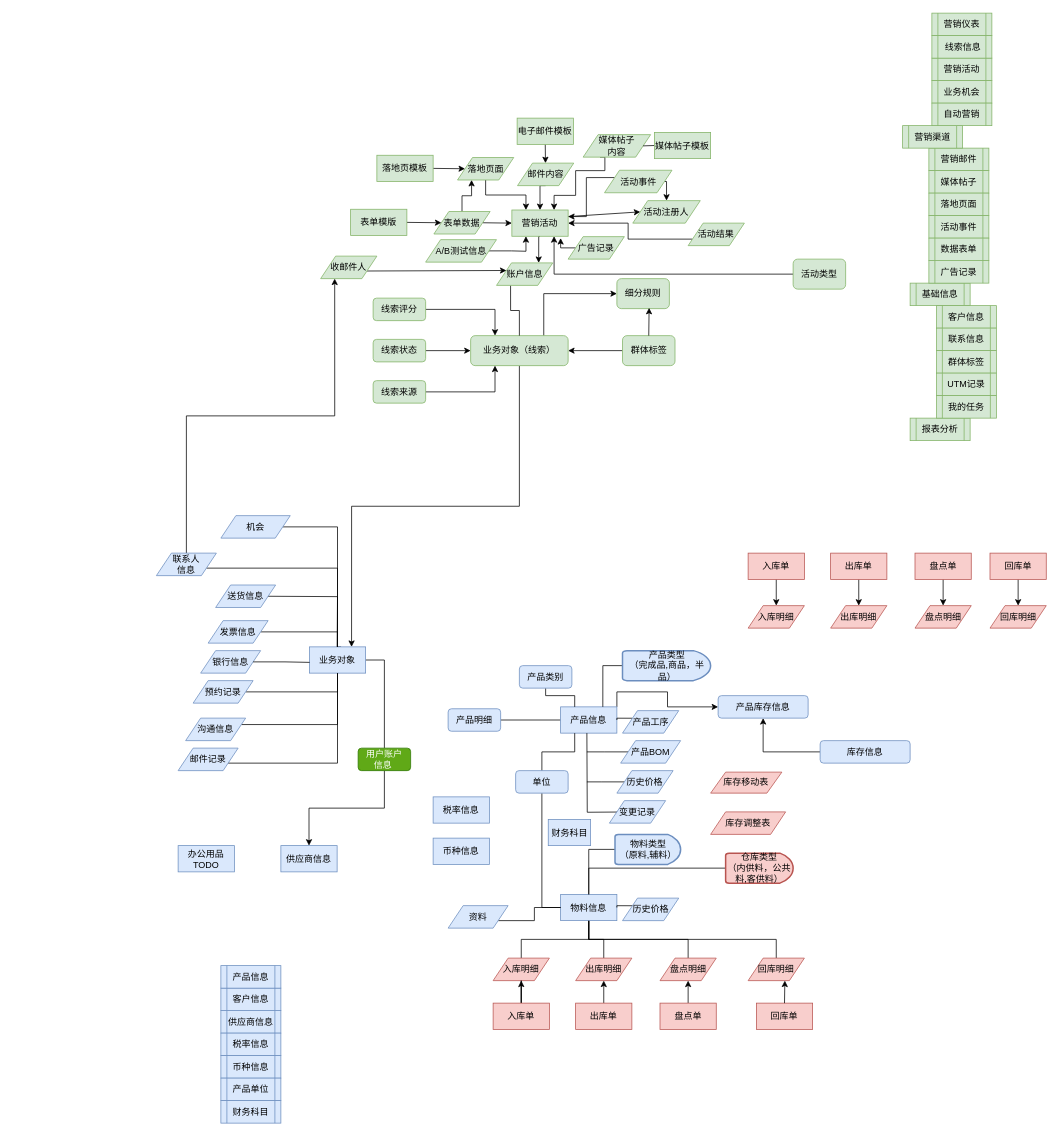
Above: page "ER" (1 of 6) of ERDiagram.drawio in sbosleo/sbosmobile (draw.io), before the change. Source tidied: cells renumbered, new cells numbered last; positions are measured from the earlier drawing's top-left corner, leaving out a move shared by most shapes. Both pictures are drawn from the tidied source at 75%, with x=0, y=0 at pixel (156, 13).
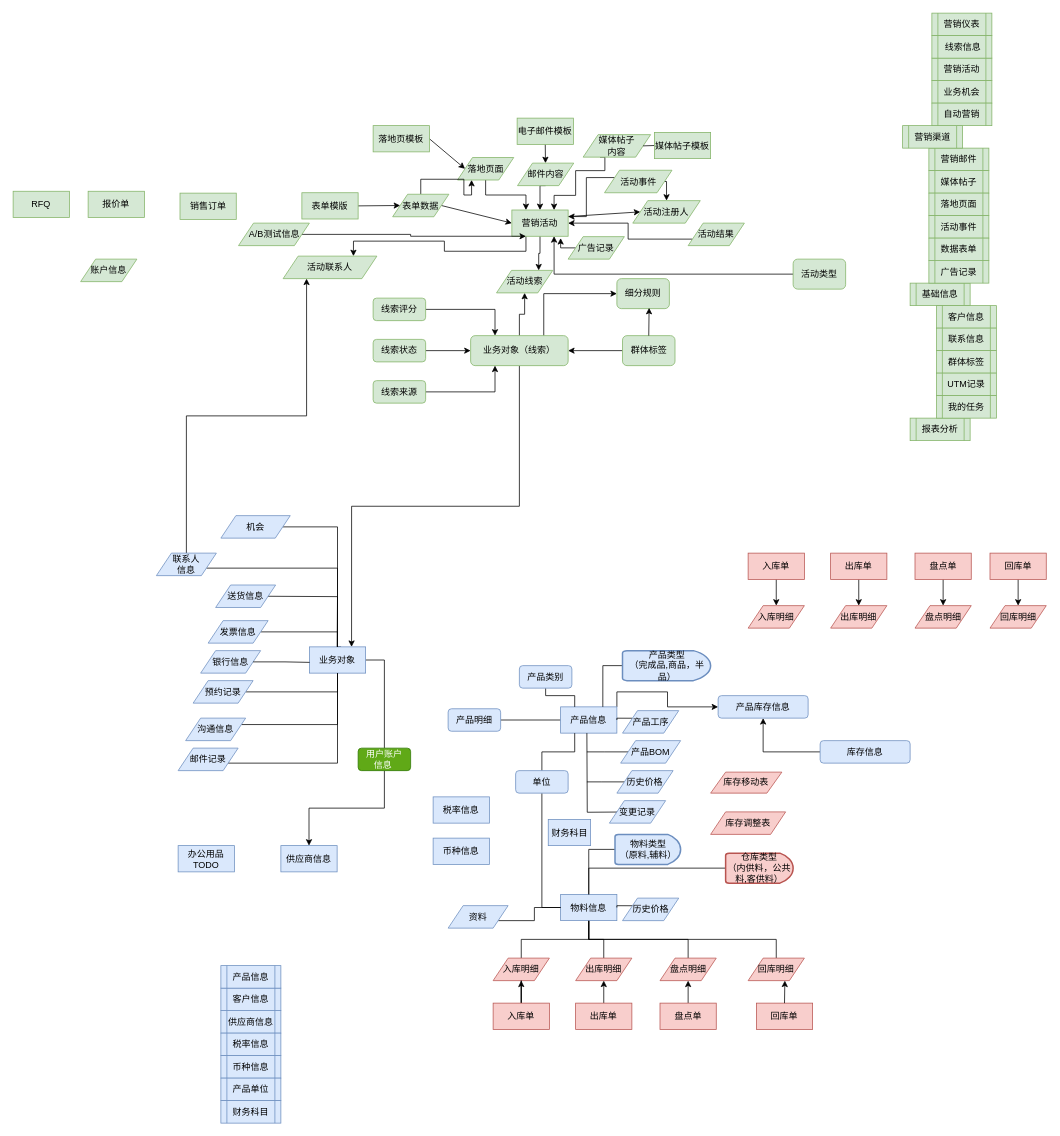
The same page after the edit.

Unchanged cells that the change refers to:
```xml
<mxCell id="86" value="业务对象（线索）" style="rounded=1;whiteSpace=wrap;html=1;fillColor=#d5e8d4;strokeColor=#82b366;" parent="1" vertex="1">
  <mxGeometry x="419" y="430" width="130" height="40" as="geometry" />
</mxCell>
<mxCell id="101" value="营销活动" style="rounded=0;whiteSpace=wrap;html=1;fillColor=#d5e8d4;strokeColor=#82b366;" parent="1" vertex="1">
  <mxGeometry x="474" y="262.5" width="75" height="35" as="geometry" />
</mxCell>
```

Diff of the diagram source:
```diff
@@
+    <mxCell id="168" style="edgeStyle=orthogonalEdgeStyle;rounded=0;jettySize=auto;html=1;exitX=0.5;exitY=0;exitDx=0;exitDy=0;entryX=0.5;entryY=1;entryDx=0;entryDy=0;" parent="1" edge="1" source="86" target="96">
+      <mxGeometry relative="1" as="geometry" />
+    </mxCell>
@@
-    <mxCell id="95" style="edgeStyle=orthogonalEdgeStyle;rounded=0;jettySize=auto;html=1;exitX=0.25;exitY=1;exitDx=0;exitDy=0;entryX=0.5;entryY=0;entryDx=0;entryDy=0;endArrow=none;endFill=0;" parent="1" edge="1" source="96" target="86">
-      <mxGeometry relative="1" as="geometry" />
-    </mxCell>
-    <mxCell id="96" value="账户信息" style="shape=parallelogram;perimeter=parallelogramPerimeter;whiteSpace=wrap;html=1;fixedSize=1;fillColor=#d5e8d4;strokeColor=#82b366;" parent="1" vertex="1">
-      <mxGeometry x="453.5" y="333" width="75" height="30" as="geometry" />
+    <mxCell id="96" value="活动线索" style="shape=parallelogram;perimeter=parallelogramPerimeter;whiteSpace=wrap;html=1;fixedSize=1;fillColor=#d5e8d4;strokeColor=#82b366;" parent="1" vertex="1">
+      <mxGeometry x="453.5" y="343" width="75" height="30" as="geometry" />
     </mxCell>
@@
+    <mxCell id="169" style="edgeStyle=orthogonalEdgeStyle;rounded=0;jettySize=auto;html=1;exitX=0.25;exitY=1;exitDx=0;exitDy=0;entryX=0.75;entryY=0;entryDx=0;entryDy=0;" parent="1" edge="1" source="101" target="107">
+      <mxGeometry relative="1" as="geometry" />
+    </mxCell>
@@
-    <mxCell id="106" style="edgeStyle=none;rounded=0;jettySize=auto;html=1;exitX=1;exitY=0.75;exitDx=0;exitDy=0;entryX=0;entryY=0.25;entryDx=0;entryDy=0;" parent="1" edge="1" source="107" target="96">
-      <mxGeometry relative="1" as="geometry" />
-    </mxCell>
-    <mxCell id="107" value="收邮件人" style="shape=parallelogram;perimeter=parallelogramPerimeter;whiteSpace=wrap;html=1;fixedSize=1;fillColor=#d5e8d4;strokeColor=#82b366;" parent="1" vertex="1">
-      <mxGeometry x="219" y="324" width="75" height="30" as="geometry" />
+    <mxCell id="107" value="活动联系人" style="shape=parallelogram;perimeter=parallelogramPerimeter;whiteSpace=wrap;html=1;fixedSize=1;fillColor=#d5e8d4;strokeColor=#82b366;" parent="1" vertex="1">
+      <mxGeometry x="169" y="324" width="125" height="30" as="geometry" />
     </mxCell>
@@
     <mxCell id="117" value="落地页模板" style="rounded=0;whiteSpace=wrap;html=1;fillColor=#d5e8d4;strokeColor=#82b366;" parent="1" vertex="1">
-      <mxGeometry x="294" y="189.5" width="75" height="35" as="geometry" />
+      <mxGeometry x="289" y="150" width="75" height="35" as="geometry" />
     </mxCell>
@@
     <mxCell id="120" value="表单数据" style="shape=parallelogram;perimeter=parallelogramPerimeter;whiteSpace=wrap;html=1;fixedSize=1;fillColor=#d5e8d4;strokeColor=#82b366;" parent="1" vertex="1">
-      <mxGeometry x="370" y="264.5" width="75" height="30" as="geometry" />
+      <mxGeometry x="315" y="241.5" width="75" height="30" as="geometry" />
     </mxCell>
@@
     <mxCell id="122" value="表单模版" style="rounded=0;whiteSpace=wrap;html=1;fillColor=#d5e8d4;strokeColor=#82b366;" parent="1" vertex="1">
-      <mxGeometry x="259" y="261.5" width="75" height="35" as="geometry" />
+      <mxGeometry x="194" y="239.5" width="75" height="35" as="geometry" />
     </mxCell>
@@
     <mxCell id="133" style="edgeStyle=orthogonalEdgeStyle;rounded=0;jettySize=auto;html=1;exitX=1;exitY=0.5;exitDx=0;exitDy=0;entryX=0.25;entryY=1;entryDx=0;entryDy=0;" parent="1" edge="1" source="134" target="101">
-      <mxGeometry relative="1" as="geometry" />
+      <mxGeometry relative="1" as="geometry">
+        <Array as="points">
+          <mxPoint x="339" y="295" />
+          <mxPoint x="339" y="298" />
+        </Array>
+      </mxGeometry>
     </mxCell>
     <mxCell id="134" value="A/B测试信息" style="shape=parallelogram;perimeter=parallelogramPerimeter;whiteSpace=wrap;html=1;fixedSize=1;fillColor=#d5e8d4;strokeColor=#82b366;" parent="1" vertex="1">
-      <mxGeometry x="359" y="302" width="94.5" height="30" as="geometry" />
+      <mxGeometry x="109.5" y="280" width="94.5" height="30" as="geometry" />
     </mxCell>
@@
+    <mxCell id="170" value="RFQ" style="rounded=0;whiteSpace=wrap;html=1;fillColor=#d5e8d4;strokeColor=#82b366;" parent="1" vertex="1">
+      <mxGeometry x="-191" y="237.5" width="75" height="35" as="geometry" />
+    </mxCell>
+    <mxCell id="171" value="报价单" style="rounded=0;whiteSpace=wrap;html=1;fillColor=#d5e8d4;strokeColor=#82b366;" parent="1" vertex="1">
+      <mxGeometry x="-91" y="237.5" width="75" height="35" as="geometry" />
+    </mxCell>
+    <mxCell id="172" value="销售订单" style="rounded=0;whiteSpace=wrap;html=1;fillColor=#d5e8d4;strokeColor=#82b366;" parent="1" vertex="1">
+      <mxGeometry x="31.5" y="240" width="75" height="35" as="geometry" />
+    </mxCell>
+    <mxCell id="173" value="账户信息" style="shape=parallelogram;perimeter=parallelogramPerimeter;whiteSpace=wrap;html=1;fixedSize=1;fillColor=#d5e8d4;strokeColor=#82b366;" parent="1" vertex="1">
+      <mxGeometry x="-101" y="328" width="75" height="30" as="geometry" />
+    </mxCell>
```
